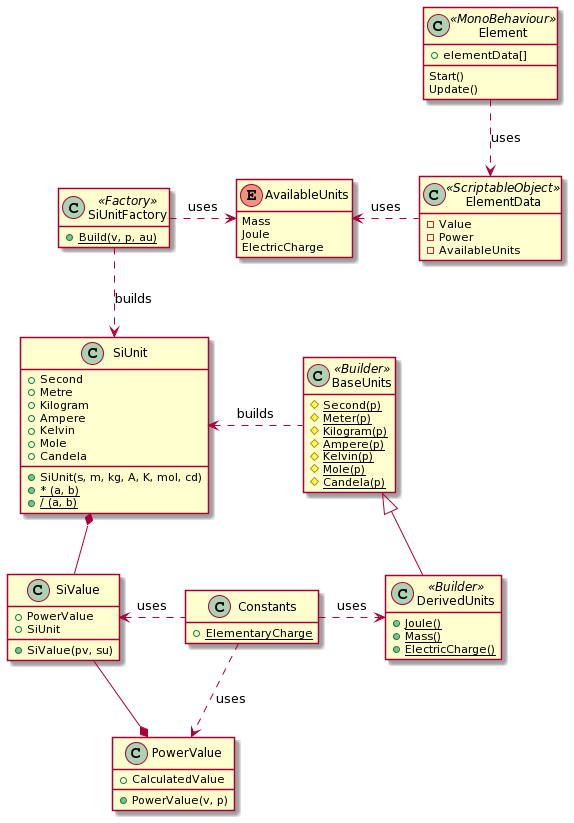
This is documentation/img/csharp_2d_classes.png from MopcSolutions/structured-atom-model-simulator, a PlantUML export, as it was before one commit. Source of this version:
```plantuml
@startuml
hide empty members

class SiUnit
{
  +Second
  +Metre
  +Kilogram
  +Ampere
  +Kelvin
  +Mole
  +Candela
  +SiUnit(s, m, kg, A, K, mol, cd)
  {static} + * (a, b)
  {static} + / (a, b)
}
class PowerValue
{
  +CalculatedValue
  +PowerValue(v, p)
}
class SiValue
{
  +PowerValue
  +SiUnit
  +SiValue(pv, su)
}
class BaseUnits <<Builder>>
{
  {static} #Second(p)
  {static} #Meter(p)
  {static} #Kilogram(p)
  {static} #Ampere(p)
  {static} #Kelvin(p)
  {static} #Mole(p)
  {static} #Candela(p)
}
class DerivedUnits <<Builder>>
{
  {static} +Joule()
  {static} +Mass()
  {static} +ElectricCharge()
}
class SiUnitFactory <<Factory>>
{
  {static} +Build(v, p, au)
}
class Constants
{
  {static} +ElementaryCharge
}
enum AvailableUnits
{
  Mass
  Joule
  ElectricCharge
}
class Element <<MonoBehaviour>>
{
  +elementData[]
  Start()
  Update()
}
class ElementData  <<ScriptableObject>>
{
  -Value
  -Power
  -AvailableUnits
}

BaseUnits <|-down- DerivedUnits
PowerValue *-up- SiValue
SiUnit *-down- SiValue

BaseUnits .left.> SiUnit : builds
SiUnitFactory .down.> SiUnit : builds


Constants .left.> SiValue : uses
Constants .down.> PowerValue : uses
Constants .right.> DerivedUnits : uses
SiUnitFactory .right.> AvailableUnits : uses
ElementData  .left.> AvailableUnits : uses
Element ..> ElementData : uses
@enduml
```
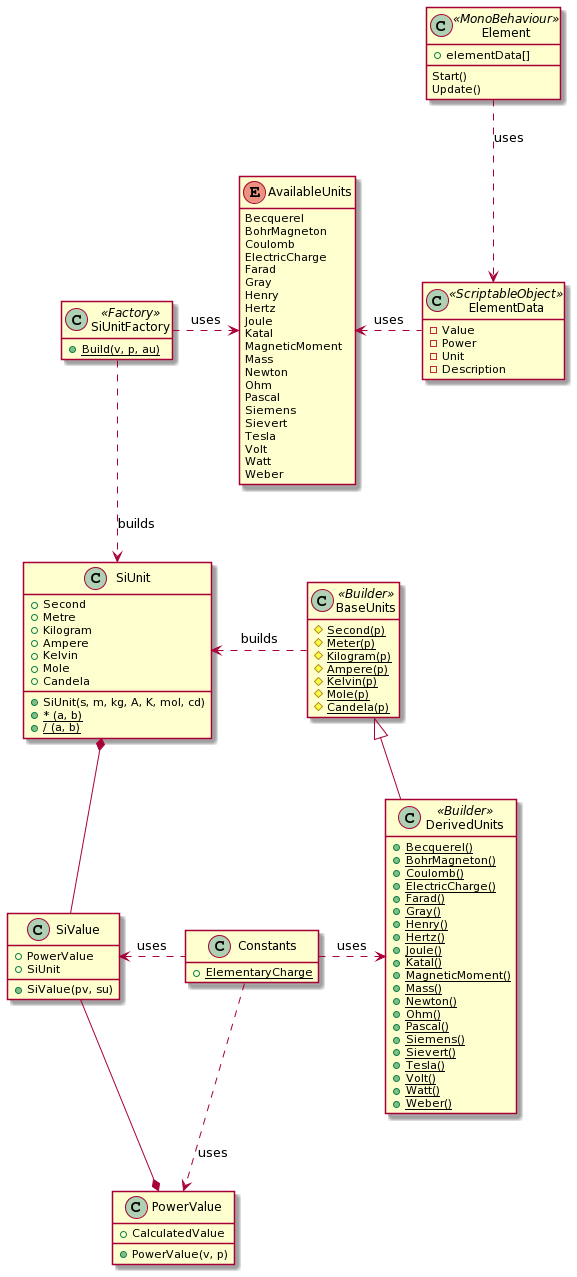
After the commit.

What changed in the source:
```diff
@@ -37,9 +37,27 @@
 }
 class DerivedUnits <<Builder>>
 {
+  {static} +Becquerel()
+  {static} +BohrMagneton()
+  {static} +Coulomb()
+  {static} +ElectricCharge()
+  {static} +Farad()
+  {static} +Gray()
+  {static} +Henry()
+  {static} +Hertz()
   {static} +Joule()
+  {static} +Katal()
+  {static} +MagneticMoment()
   {static} +Mass()
-  {static} +ElectricCharge()
+  {static} +Newton()
+  {static} +Ohm()
+  {static} +Pascal()
+  {static} +Siemens()
+  {static} +Sievert()
+  {static} +Tesla()
+  {static} +Volt()
+  {static} +Watt()
+  {static} +Weber()
 }
 class SiUnitFactory <<Factory>>
 {
@@ -51,9 +69,27 @@
 }
 enum AvailableUnits
 {
+  Becquerel
+  BohrMagneton
+  Coulomb
+  ElectricCharge
+  Farad
+  Gray
+  Henry
+  Hertz
+  Joule
+  Katal
+  MagneticMoment
   Mass
-  Joule
-  ElectricCharge
+  Newton
+  Ohm
+  Pascal
+  Siemens
+  Sievert
+  Tesla
+  Volt
+  Watt
+  Weber
 }
 class Element <<MonoBehaviour>>
 {
@@ -65,7 +101,8 @@
 {
   -Value
   -Power
-  -AvailableUnits
+  -Unit
+  -Description
 }
 
 BaseUnits <|-down- DerivedUnits
```
